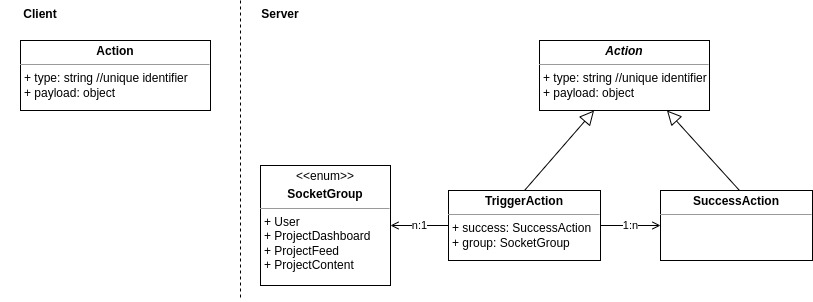
This is draw-io-files/y-redux-socket-actions.png from RStolzlechner/bachelor-y-redux-socket, a draw.io export, as it was before one commit. Source tidied: cells renumbered, new cells last; positions are measured from the earlier drawing's top-left corner, leaving out a move shared by most shapes.
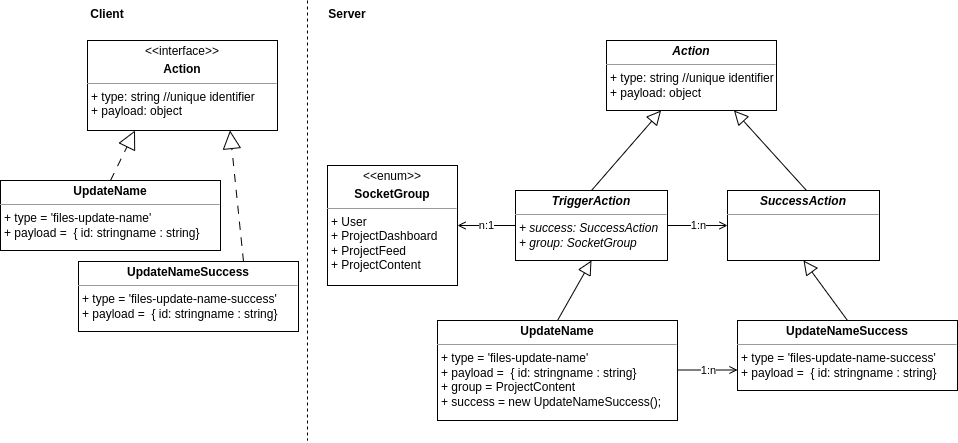
The same diagram one commit later.

What changed in the source:
```diff
@@ -2,8 +2,8 @@
   <root>
     <mxCell id="0" />
     <mxCell id="1" parent="0" />
-    <mxCell id="2" value="&lt;p style=&quot;margin:0px;margin-top:4px;text-align:center;&quot;&gt;&lt;b&gt;Action&lt;/b&gt;&lt;/p&gt;&lt;hr size=&quot;1&quot;&gt;&lt;p style=&quot;margin:0px;margin-left:4px;&quot;&gt;+ type: string //unique identifier&lt;br&gt;+ payload: object&amp;nbsp;&lt;/p&gt;" style="verticalAlign=top;align=left;overflow=fill;fontSize=12;fontFamily=Helvetica;html=1;" parent="1" vertex="1">
-      <mxGeometry x="20" y="40" width="190" height="70" as="geometry" />
+    <mxCell id="2" value="&lt;p style=&quot;margin:0px;margin-top:4px;text-align:center;&quot;&gt;&amp;lt;&amp;lt;interface&amp;gt;&amp;gt;&lt;/p&gt;&lt;p style=&quot;margin:0px;margin-top:4px;text-align:center;&quot;&gt;&lt;b&gt;Action&lt;/b&gt;&lt;/p&gt;&lt;hr size=&quot;1&quot;&gt;&lt;p style=&quot;margin:0px;margin-left:4px;&quot;&gt;+ type: string //unique identifier&lt;br&gt;+ payload: object&amp;nbsp;&lt;/p&gt;" style="verticalAlign=top;align=left;overflow=fill;fontSize=12;fontFamily=Helvetica;html=1;" parent="1" vertex="1">
+      <mxGeometry x="20" y="40" width="190" height="90" as="geometry" />
     </mxCell>
     <mxCell id="3" value="&lt;p style=&quot;margin:0px;margin-top:4px;text-align:center;&quot;&gt;&lt;b&gt;&lt;i&gt;Action&lt;/i&gt;&lt;/b&gt;&lt;/p&gt;&lt;hr size=&quot;1&quot;&gt;&lt;p style=&quot;margin:0px;margin-left:4px;&quot;&gt;+ type: string //unique identifier&lt;br&gt;+ payload: object&amp;nbsp;&lt;/p&gt;" style="verticalAlign=top;align=left;overflow=fill;fontSize=12;fontFamily=Helvetica;html=1;" parent="1" vertex="1">
       <mxGeometry x="539" y="40" width="170" height="70" as="geometry" />
@@ -16,7 +16,7 @@
         <mxPoint x="660" y="225" as="targetPoint" />
       </mxGeometry>
     </mxCell>
-    <mxCell id="6" value="&lt;p style=&quot;margin:0px;margin-top:4px;text-align:center;&quot;&gt;&lt;b&gt;TriggerAction&lt;/b&gt;&lt;/p&gt;&lt;hr size=&quot;1&quot;&gt;&lt;p style=&quot;margin:0px;margin-left:4px;&quot;&gt;+ success: SuccessAction&lt;br&gt;+ group: SocketGroup&amp;nbsp;&lt;/p&gt;" style="verticalAlign=top;align=left;overflow=fill;fontSize=12;fontFamily=Helvetica;html=1;" parent="1" vertex="1">
+    <mxCell id="6" value="&lt;p style=&quot;margin:0px;margin-top:4px;text-align:center;&quot;&gt;&lt;b&gt;&lt;i&gt;TriggerAction&lt;/i&gt;&lt;/b&gt;&lt;/p&gt;&lt;hr size=&quot;1&quot;&gt;&lt;p style=&quot;margin:0px;margin-left:4px;&quot;&gt;&lt;i&gt;+ success: SuccessAction&lt;/i&gt;&lt;br&gt;&lt;i&gt;+ group: SocketGroup&lt;/i&gt;&amp;nbsp;&lt;/p&gt;&lt;p style=&quot;margin:0px;margin-left:4px;&quot;&gt;&lt;br&gt;&lt;/p&gt;" style="verticalAlign=top;align=left;overflow=fill;fontSize=12;fontFamily=Helvetica;html=1;" parent="1" vertex="1">
       <mxGeometry x="448" y="190" width="152" height="70" as="geometry" />
     </mxCell>
     <mxCell id="7" value="&lt;p style=&quot;margin:0px;margin-top:4px;text-align:center;&quot;&gt;&amp;lt;&amp;lt;enum&amp;gt;&amp;gt;&lt;/p&gt;&lt;p style=&quot;margin:0px;margin-top:4px;text-align:center;&quot;&gt;&lt;b&gt;SocketGroup&lt;/b&gt;&lt;/p&gt;&lt;hr size=&quot;1&quot;&gt;&lt;p style=&quot;margin:0px;margin-left:4px;&quot;&gt;+ User&lt;/p&gt;&lt;p style=&quot;margin:0px;margin-left:4px;&quot;&gt;+ ProjectDashboard&lt;br&gt;+ ProjectFeed&lt;br&gt;+ ProjectContent&amp;nbsp;&lt;/p&gt;" style="verticalAlign=top;align=left;overflow=fill;fontSize=12;fontFamily=Helvetica;html=1;" parent="1" vertex="1">
@@ -39,11 +39,41 @@
     <mxCell id="12" style="html=1;verticalAlign=bottom;endArrow=none;dashed=1;endSize=8;endFill=0;" parent="1" edge="1">
       <mxGeometry x="-0.06" y="20" relative="1" as="geometry">
         <mxPoint x="240" as="sourcePoint" />
-        <mxPoint x="240" y="300" as="targetPoint" />
+        <mxPoint x="240" y="440" as="targetPoint" />
       </mxGeometry>
     </mxCell>
-    <mxCell id="13" value="&lt;p style=&quot;margin:0px;margin-top:4px;text-align:center;&quot;&gt;&lt;b&gt;SuccessAction&lt;/b&gt;&lt;/p&gt;&lt;hr size=&quot;1&quot;&gt;&lt;p style=&quot;margin:0px;margin-left:4px;&quot;&gt;&lt;br&gt;&lt;/p&gt;" style="verticalAlign=top;align=left;overflow=fill;fontSize=12;fontFamily=Helvetica;html=1;" parent="1" vertex="1">
+    <mxCell id="13" value="&lt;p style=&quot;margin:0px;margin-top:4px;text-align:center;&quot;&gt;&lt;b&gt;&lt;i&gt;SuccessAction&lt;/i&gt;&lt;/b&gt;&lt;/p&gt;&lt;hr size=&quot;1&quot;&gt;&lt;p style=&quot;margin:0px;margin-left:4px;&quot;&gt;&lt;br&gt;&lt;/p&gt;" style="verticalAlign=top;align=left;overflow=fill;fontSize=12;fontFamily=Helvetica;html=1;" parent="1" vertex="1">
       <mxGeometry x="660" y="190" width="152" height="70" as="geometry" />
     </mxCell>
+    <mxCell id="14" value="&lt;p style=&quot;margin:0px;margin-top:4px;text-align:center;&quot;&gt;&lt;b style=&quot;background-color: initial;&quot;&gt;UpdateName&lt;/b&gt;&lt;br&gt;&lt;/p&gt;&lt;hr size=&quot;1&quot;&gt;&lt;p style=&quot;margin:0px;margin-left:4px;&quot;&gt;+ type = 'files-update-name'&lt;br&gt;+ payload =&amp;nbsp; { id: stringname : string}&lt;/p&gt;" style="verticalAlign=top;align=left;overflow=fill;fontSize=12;fontFamily=Helvetica;html=1;" parent="1" vertex="1">
+      <mxGeometry x="-67" y="180" width="220" height="70" as="geometry" />
+    </mxCell>
+    <mxCell id="15" value="&lt;p style=&quot;margin:0px;margin-top:4px;text-align:center;&quot;&gt;&lt;b style=&quot;background-color: initial;&quot;&gt;UpdateNameSuccess&lt;/b&gt;&lt;br&gt;&lt;/p&gt;&lt;hr size=&quot;1&quot;&gt;&lt;p style=&quot;margin:0px;margin-left:4px;&quot;&gt;+ type = 'files-update-name-success'&lt;br&gt;+ payload =&amp;nbsp; { id: stringname : string}&lt;/p&gt;" style="verticalAlign=top;align=left;overflow=fill;fontSize=12;fontFamily=Helvetica;html=1;" parent="1" vertex="1">
+      <mxGeometry x="11" y="261" width="220" height="70" as="geometry" />
+    </mxCell>
+    <mxCell id="16" style="endArrow=block;endSize=16;endFill=0;html=1;dashed=1;dashPattern=8 8;entryX=0.25;entryY=1;entryDx=0;entryDy=0;exitX=0.5;exitY=0;exitDx=0;exitDy=0;" parent="1" edge="1" source="14" target="2">
+      <mxGeometry relative="1" as="geometry" />
+    </mxCell>
+    <mxCell id="17" style="endArrow=block;endSize=16;endFill=0;html=1;dashed=1;dashPattern=8 8;entryX=0.75;entryY=1;entryDx=0;entryDy=0;exitX=0.75;exitY=0;exitDx=0;exitDy=0;" parent="1" edge="1" source="15" target="2">
+      <mxGeometry relative="1" as="geometry" />
+    </mxCell>
+    <mxCell id="18" value="&lt;p style=&quot;margin:0px;margin-top:4px;text-align:center;&quot;&gt;&lt;b style=&quot;background-color: initial;&quot;&gt;UpdateNameSuccess&lt;/b&gt;&lt;br&gt;&lt;/p&gt;&lt;hr size=&quot;1&quot;&gt;&lt;p style=&quot;margin:0px;margin-left:4px;&quot;&gt;+ type = 'files-update-name-success'&lt;br&gt;+ payload =&amp;nbsp; { id: stringname : string}&lt;/p&gt;" style="verticalAlign=top;align=left;overflow=fill;fontSize=12;fontFamily=Helvetica;html=1;" parent="1" vertex="1">
+      <mxGeometry x="670" y="320" width="220" height="70" as="geometry" />
+    </mxCell>
+    <mxCell id="19" style="endArrow=block;endFill=0;endSize=12;html=1;exitX=0.5;exitY=0;exitDx=0;exitDy=0;entryX=0.5;entryY=1;entryDx=0;entryDy=0;" parent="1" edge="1" source="18" target="13">
+      <mxGeometry relative="1" as="geometry" />
+    </mxCell>
+    <mxCell id="20" value="&lt;p style=&quot;margin:0px;margin-top:4px;text-align:center;&quot;&gt;&lt;b style=&quot;background-color: initial;&quot;&gt;UpdateName&lt;/b&gt;&lt;br&gt;&lt;/p&gt;&lt;hr size=&quot;1&quot;&gt;&lt;p style=&quot;margin:0px;margin-left:4px;&quot;&gt;+ type = 'files-update-name'&lt;br&gt;+ payload =&amp;nbsp; { id: stringname : string}&lt;/p&gt;&lt;p style=&quot;margin:0px;margin-left:4px;&quot;&gt;+ group = ProjectContent&lt;/p&gt;&lt;p style=&quot;margin:0px;margin-left:4px;&quot;&gt;+ success = new UpdateNameSuccess();&lt;/p&gt;" style="verticalAlign=top;align=left;overflow=fill;fontSize=12;fontFamily=Helvetica;html=1;" parent="1" vertex="1">
+      <mxGeometry x="370" y="320" width="240" height="100" as="geometry" />
+    </mxCell>
+    <mxCell id="21" style="endArrow=block;endFill=0;endSize=12;html=1;exitX=0.5;exitY=0;exitDx=0;exitDy=0;entryX=0.5;entryY=1;entryDx=0;entryDy=0;" parent="1" edge="1" source="20" target="6">
+      <mxGeometry relative="1" as="geometry" />
+    </mxCell>
+    <mxCell id="22" value="1:n" style="edgeStyle=none;html=1;exitX=1;exitY=0.5;exitDx=0;exitDy=0;entryX=0;entryY=0.5;entryDx=0;entryDy=0;endArrow=open;endFill=0;" parent="1" edge="1">
+      <mxGeometry relative="1" as="geometry">
+        <mxPoint x="610" y="369.5" as="sourcePoint" />
+        <mxPoint x="670" y="369.5" as="targetPoint" />
+      </mxGeometry>
+    </mxCell>
   </root>
 </mxGraphModel>
```
